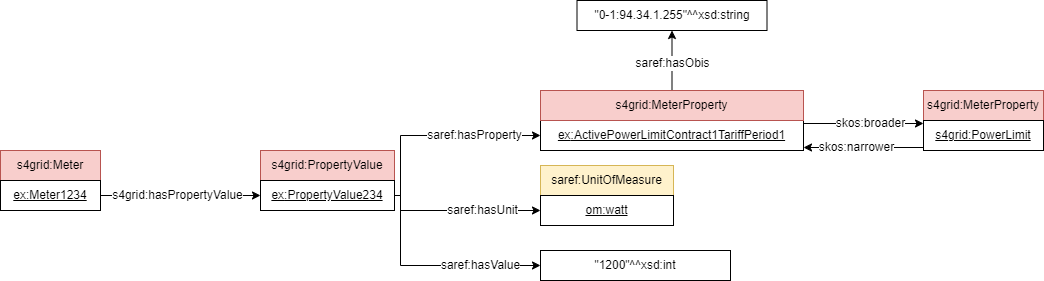
Sergio-Carulli/saref4grid keeps this draw.io diagram as documentation/diagrams/SAREF4GRID_Example_meter_2.png. Above is the earlier version. Source tidied: cells renumbered, new cells last; positions are measured from the earlier drawing's top-left corner, leaving out a move shared by most shapes.
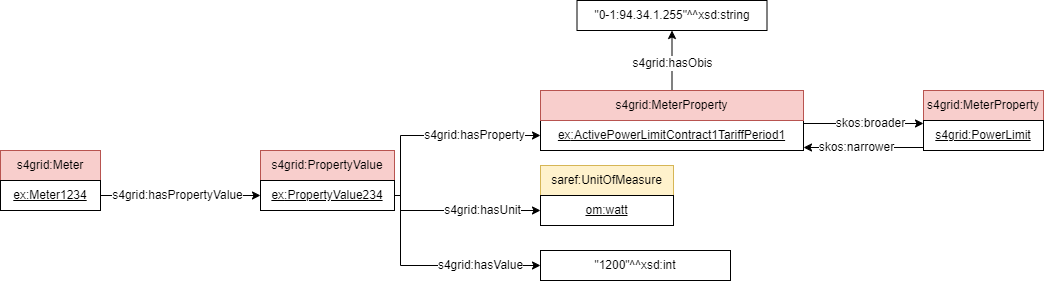
Later version of the same file.

Diff of the diagram source:
```diff
@@ -29,7 +29,7 @@
     <mxCell id="10" value="s4grid:hasPropertyValue" style="rounded=0;jettySize=auto;html=1;exitX=1;exitY=0.5;exitDx=0;exitDy=0;fontSize=12;entryX=0;entryY=0.5;entryDx=0;entryDy=0;edgeStyle=orthogonalEdgeStyle;" parent="1" edge="1" source="3" target="5">
       <mxGeometry x="-0.04" relative="1" as="geometry" />
     </mxCell>
-    <mxCell id="11" value="saref:hasProperty" style="rounded=0;jettySize=auto;html=1;exitX=1;exitY=0.5;exitDx=0;exitDy=0;fontSize=12;entryX=0;entryY=0.5;entryDx=0;entryDy=0;edgeStyle=orthogonalEdgeStyle;" parent="1" edge="1" source="5" target="13">
+    <mxCell id="11" value="s4grid:hasProperty" style="rounded=0;jettySize=auto;html=1;exitX=1;exitY=0.5;exitDx=0;exitDy=0;fontSize=12;entryX=0;entryY=0.5;entryDx=0;entryDy=0;edgeStyle=orthogonalEdgeStyle;" parent="1" edge="1" source="5" target="13">
       <mxGeometry x="0.36" relative="1" as="geometry">
         <Array as="points">
           <mxPoint x="400" y="195" />
@@ -37,7 +37,7 @@
         </Array>
       </mxGeometry>
     </mxCell>
-    <mxCell id="12" value="saref:hasUnit" style="rounded=0;jettySize=auto;html=1;exitX=1;exitY=0.5;exitDx=0;exitDy=0;fontSize=12;entryX=0;entryY=0.5;entryDx=0;entryDy=0;edgeStyle=orthogonalEdgeStyle;" parent="1" edge="1" source="5" target="9">
+    <mxCell id="12" value="s4grid:hasUnit" style="rounded=0;jettySize=auto;html=1;exitX=1;exitY=0.5;exitDx=0;exitDy=0;fontSize=12;entryX=0;entryY=0.5;entryDx=0;entryDy=0;edgeStyle=orthogonalEdgeStyle;" parent="1" edge="1" source="5" target="9">
       <mxGeometry x="0.28" relative="1" as="geometry">
         <Array as="points">
           <mxPoint x="400" y="195" />
@@ -57,13 +57,13 @@
     <mxCell id="16" value="&quot;0-1:94.34.1.255&quot;^^xsd:string" style="rounded=0;whiteSpace=wrap;html=1;snapToPoint=1;align=center;" parent="1" vertex="1">
       <mxGeometry x="576.5" width="190" height="30" as="geometry" />
     </mxCell>
-    <mxCell id="17" value="saref:hasObis" style="rounded=0;jettySize=auto;html=1;fontSize=12;entryX=0.5;entryY=1;entryDx=0;entryDy=0;exitX=0.5;exitY=0;exitDx=0;exitDy=0;" parent="1" edge="1" source="20" target="16">
+    <mxCell id="17" value="s4grid:hasObis" style="rounded=0;jettySize=auto;html=1;fontSize=12;entryX=0.5;entryY=1;entryDx=0;entryDy=0;exitX=0.5;exitY=0;exitDx=0;exitDy=0;" parent="1" edge="1" source="20" target="16">
       <mxGeometry x="-0.12" relative="1" as="geometry" />
     </mxCell>
     <mxCell id="18" value="&quot;1200&quot;^^xsd:int" style="rounded=0;whiteSpace=wrap;html=1;snapToPoint=1;align=center;" parent="1" vertex="1">
       <mxGeometry x="540" y="250" width="190" height="30" as="geometry" />
     </mxCell>
-    <mxCell id="19" value="saref:hasValue" style="rounded=0;jettySize=auto;html=1;exitX=1;exitY=0.5;exitDx=0;exitDy=0;fontSize=12;entryX=0;entryY=0.5;entryDx=0;entryDy=0;edgeStyle=orthogonalEdgeStyle;" parent="1" edge="1" source="5" target="18">
+    <mxCell id="19" value="s4grid:hasValue" style="rounded=0;jettySize=auto;html=1;exitX=1;exitY=0.5;exitDx=0;exitDy=0;fontSize=12;entryX=0;entryY=0.5;entryDx=0;entryDy=0;edgeStyle=orthogonalEdgeStyle;" parent="1" edge="1" source="5" target="18">
       <mxGeometry x="0.44" relative="1" as="geometry">
         <Array as="points">
           <mxPoint x="400" y="195" />
```
